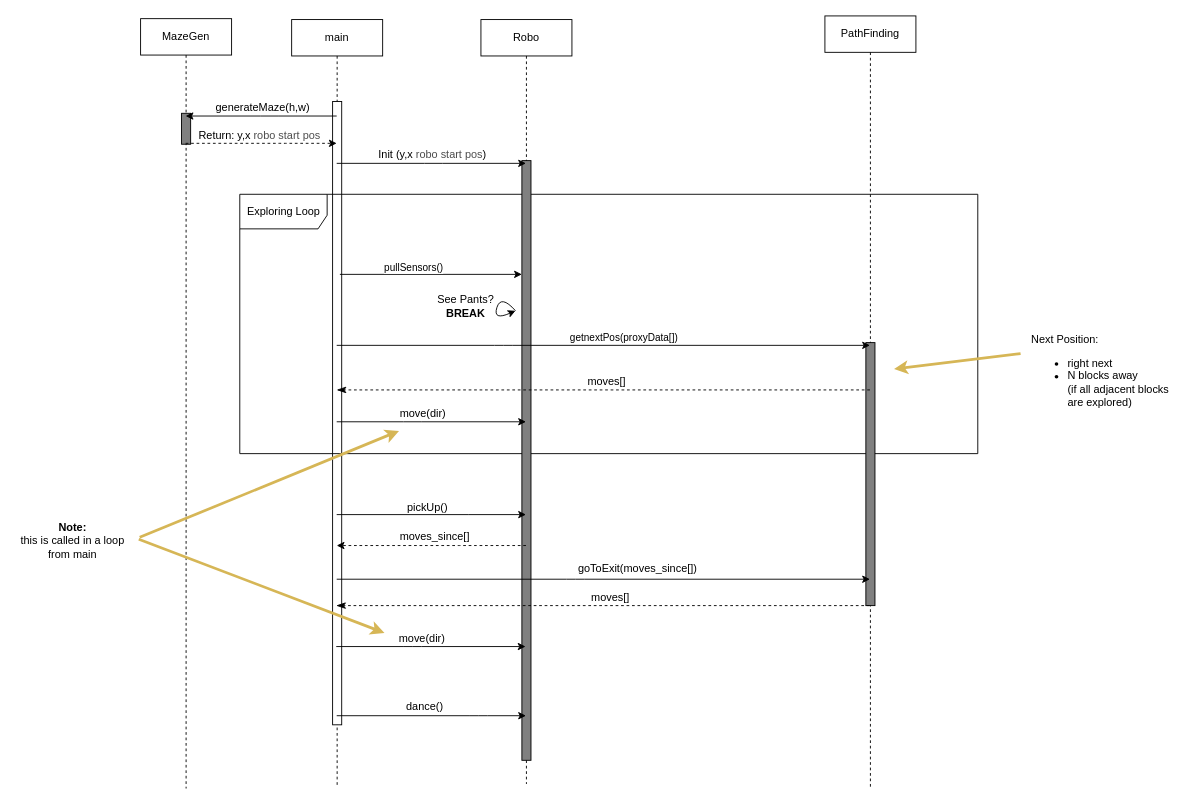
Earlier version of the draw.io diagram page "multi-block vision detection" (1 of 4) of Documentation/Sequence Diagram.drawio (martinklamrowski/project-blue-jeans). Source tidied: cells renumbered, new cells numbered last; positions are measured from the earlier drawing's top-left corner, leaving out a move shared by most shapes. Both pictures are drawn from the tidied source at 91%, with x=0, y=0 at pixel (15, 15).
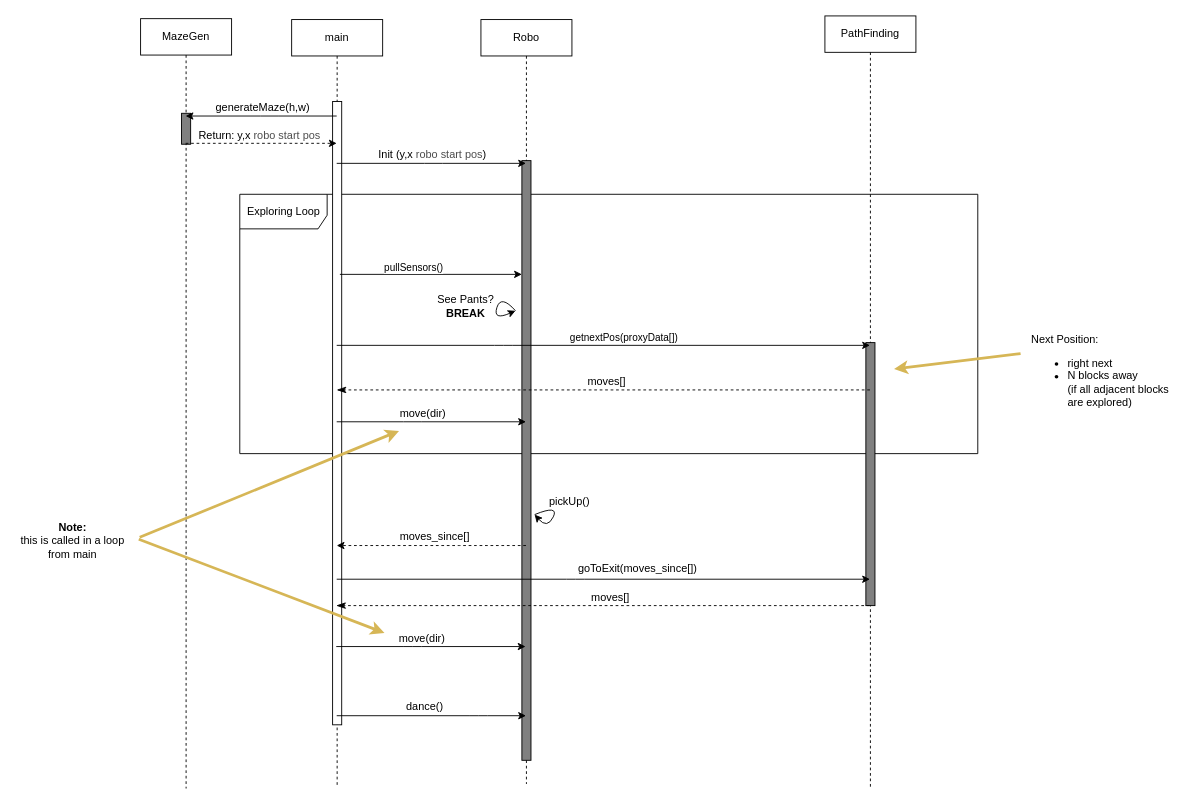
The same page after the edit.

The change refers to these unchanged cells:
```xml
<mxCell id="2" value="main" style="shape=umlLifeline;perimeter=lifelinePerimeter;whiteSpace=wrap;html=1;outlineConnect=0;" parent="1" vertex="1">
  <mxGeometry x="303" y="4" width="100" height="842" as="geometry" />
</mxCell>
<mxCell id="5" value="Robo" style="shape=umlLifeline;perimeter=lifelinePerimeter;whiteSpace=wrap;html=1;outlineConnect=0;" parent="1" vertex="1">
  <mxGeometry x="511" y="4" width="100" height="840" as="geometry" />
</mxCell>
```

The edit, as a diff of the source:
```diff
@@
+    <mxCell id="4" value="Exploring Loop" style="shape=umlFrame;tabPosition=left;html=1;boundedLbl=1;labelInHeader=1;width=96;height=38;" parent="1" vertex="1">
+      <mxGeometry x="246" y="196" width="811" height="285" as="geometry" />
+    </mxCell>
@@
-    <mxCell id="4" value="Exploring Loop" style="shape=umlFrame;tabPosition=left;html=1;boundedLbl=1;labelInHeader=1;width=96;height=38;" parent="1" vertex="1">
-      <mxGeometry x="246" y="196" width="811" height="285" as="geometry" />
-    </mxCell>
@@
-    <mxCell id="32" style="endArrow=classic;html=1;strokeWidth=1;" parent="1" edge="1" source="2" target="5">
-      <mxGeometry relative="1" as="geometry">
-        <Array as="points">
-          <mxPoint x="487" y="548" />
-        </Array>
-      </mxGeometry>
-    </mxCell>
     <mxCell id="33" value="pickUp()" style="text;html=1;align=center;verticalAlign=middle;" parent="1" vertex="1">
-      <mxGeometry x="424" y="531" width="55" height="18" as="geometry" />
+      <mxGeometry x="580" y="525" width="55" height="18" as="geometry" />
     </mxCell>
@@
+    <mxCell id="46" style="curved=1;endArrow=classic;html=1;" parent="1" edge="1">
+      <mxGeometry relative="1" as="geometry">
+        <mxPoint x="570" y="548" as="sourcePoint" />
+        <mxPoint x="570" y="548" as="targetPoint" />
+        <Array as="points">
+          <mxPoint x="597" y="537" />
+          <mxPoint x="584" y="564" />
+        </Array>
+      </mxGeometry>
+    </mxCell>
```
